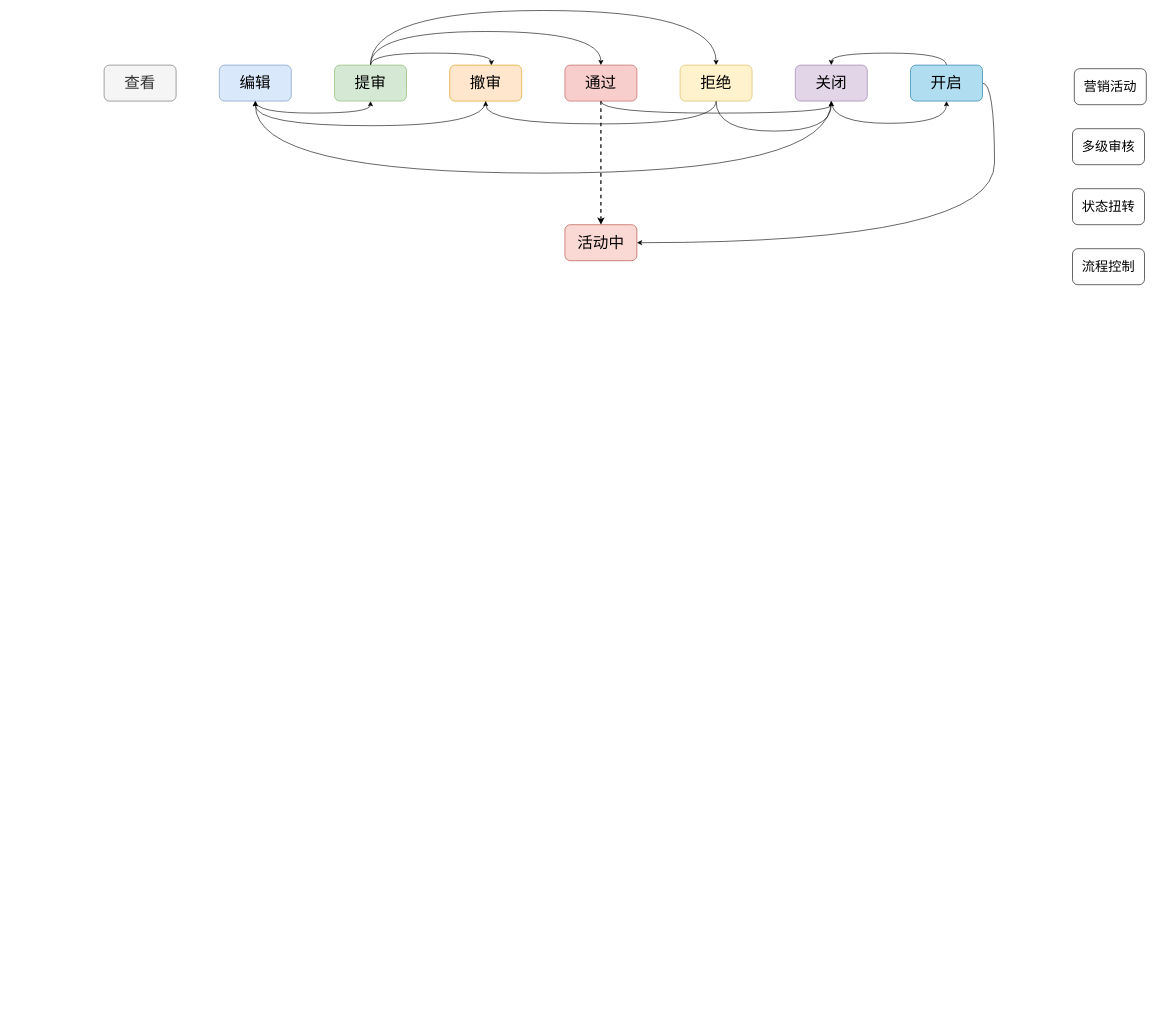
Before: activity.drawio in Doing-code/diagrams, a draw.io diagram. Source tidied: cells renumbered, new cells numbered last; positions are measured from the earlier drawing's top-left corner, leaving out a move shared by most shapes. Both pictures are drawn from the tidied source at 60%, with x=0, y=0 at pixel (104, 10).
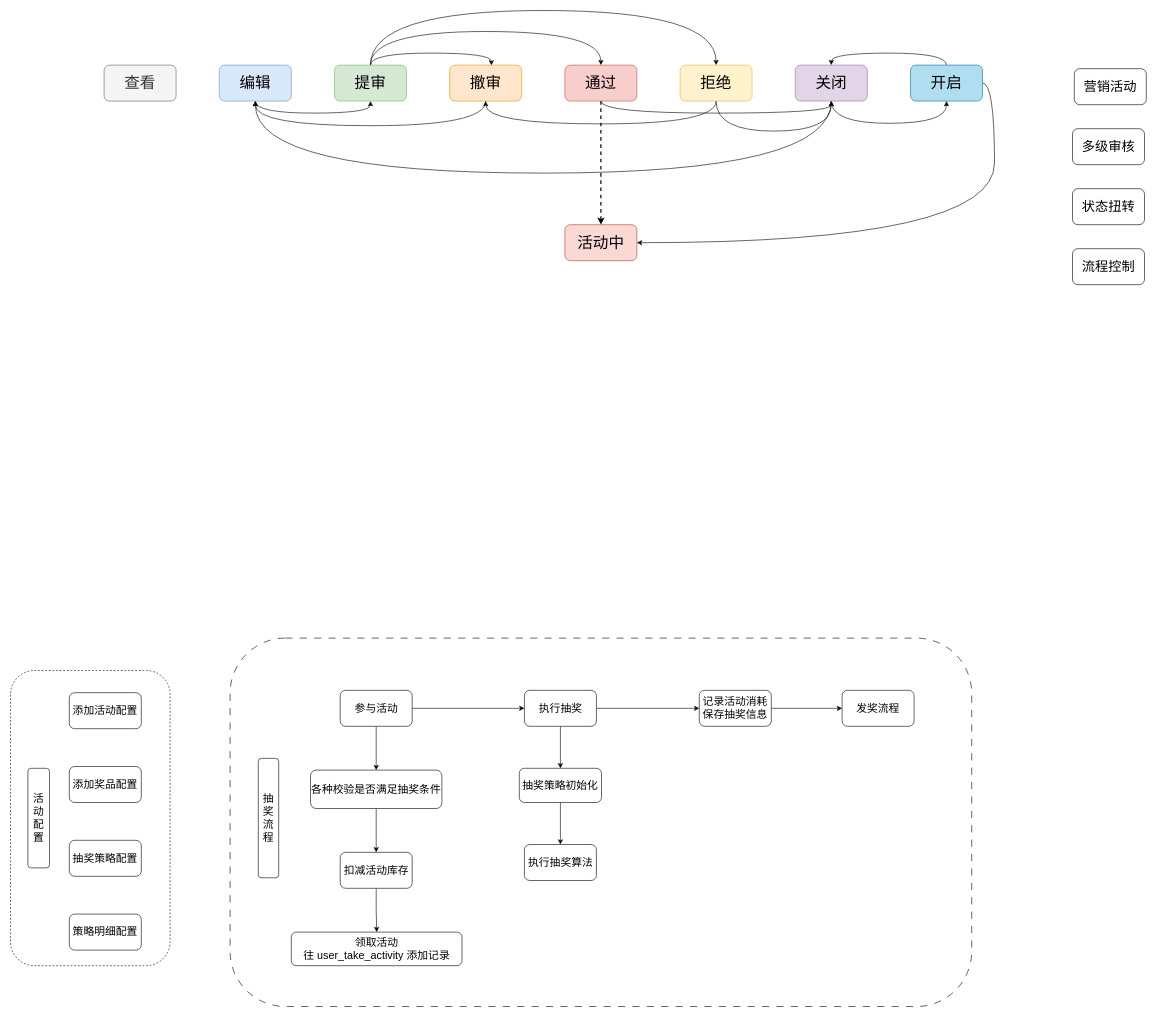
The same page after the edit.

Change to the diagram source:
```diff
@@
+    <mxCell id="28" style="rounded=1;whiteSpace=wrap;html=1;dashed=1;dashPattern=12 12;" parent="1" vertex="1">
+      <mxGeometry x="210" y="1046" width="1236" height="614" as="geometry" />
+    </mxCell>
+    <mxCell id="29" style="rounded=1;whiteSpace=wrap;html=1;dashed=1;" parent="1" vertex="1">
+      <mxGeometry x="-156" y="1100" width="266" height="492" as="geometry" />
+    </mxCell>
@@
+    <mxCell id="30" value="添加奖品配置" style="rounded=1;whiteSpace=wrap;html=1;fontSize=18;" parent="1" vertex="1">
+      <mxGeometry x="-58" y="1260" width="120" height="60" as="geometry" />
+    </mxCell>
+    <mxCell id="31" value="添加活动配置" style="rounded=1;whiteSpace=wrap;html=1;fontSize=18;" parent="1" vertex="1">
+      <mxGeometry x="-58" y="1137" width="120" height="60" as="geometry" />
+    </mxCell>
+    <mxCell id="32" value="抽奖策略配置" style="rounded=1;whiteSpace=wrap;html=1;fontSize=18;" parent="1" vertex="1">
+      <mxGeometry x="-58" y="1383" width="120" height="60" as="geometry" />
+    </mxCell>
+    <mxCell id="33" value="策略明细配置" style="rounded=1;whiteSpace=wrap;html=1;fontSize=18;" parent="1" vertex="1">
+      <mxGeometry x="-58" y="1506" width="120" height="60" as="geometry" />
+    </mxCell>
+    <mxCell id="34" style="edgeStyle=orthogonalEdgeStyle;rounded=0;jettySize=auto;html=1;" parent="1" edge="1" source="36" target="38">
+      <mxGeometry relative="1" as="geometry" />
+    </mxCell>
+    <mxCell id="35" style="edgeStyle=orthogonalEdgeStyle;rounded=0;jettySize=auto;html=1;" parent="1" edge="1" source="36" target="44">
+      <mxGeometry relative="1" as="geometry" />
+    </mxCell>
+    <mxCell id="36" value="参与活动" style="rounded=1;whiteSpace=wrap;html=1;fontSize=18;" parent="1" vertex="1">
+      <mxGeometry x="393.5" y="1133" width="120" height="60" as="geometry" />
+    </mxCell>
+    <mxCell id="37" style="edgeStyle=orthogonalEdgeStyle;rounded=0;jettySize=auto;html=1;" parent="1" edge="1" source="38" target="41">
+      <mxGeometry relative="1" as="geometry" />
+    </mxCell>
+    <mxCell id="38" value="各种校验是否满足抽奖条件" style="rounded=1;whiteSpace=wrap;html=1;fontSize=18;" parent="1" vertex="1">
+      <mxGeometry x="344" y="1266" width="219" height="64" as="geometry" />
+    </mxCell>
+    <mxCell id="39" value="领取活动&lt;br&gt;往 user_take_activity 添加记录" style="rounded=1;whiteSpace=wrap;html=1;fontSize=18;" parent="1" vertex="1">
+      <mxGeometry x="312" y="1536" width="284.5" height="56" as="geometry" />
+    </mxCell>
+    <mxCell id="40" style="edgeStyle=orthogonalEdgeStyle;rounded=0;jettySize=auto;html=1;" parent="1" edge="1" source="41" target="39">
+      <mxGeometry relative="1" as="geometry" />
+    </mxCell>
+    <mxCell id="41" value="扣减活动库存" style="rounded=1;whiteSpace=wrap;html=1;fontSize=18;" parent="1" vertex="1">
+      <mxGeometry x="393.5" y="1403" width="120" height="60" as="geometry" />
+    </mxCell>
+    <mxCell id="42" style="edgeStyle=orthogonalEdgeStyle;rounded=0;jettySize=auto;html=1;" parent="1" edge="1" source="44" target="49">
+      <mxGeometry relative="1" as="geometry" />
+    </mxCell>
+    <mxCell id="43" style="edgeStyle=orthogonalEdgeStyle;rounded=0;jettySize=auto;html=1;" parent="1" edge="1" source="44" target="46">
+      <mxGeometry relative="1" as="geometry" />
+    </mxCell>
+    <mxCell id="44" value="执行抽奖" style="rounded=1;whiteSpace=wrap;html=1;fontSize=18;" parent="1" vertex="1">
+      <mxGeometry x="700.5" y="1133" width="120" height="60" as="geometry" />
+    </mxCell>
+    <mxCell id="45" style="edgeStyle=orthogonalEdgeStyle;rounded=0;jettySize=auto;html=1;" parent="1" edge="1" source="46" target="47">
+      <mxGeometry relative="1" as="geometry" />
+    </mxCell>
+    <mxCell id="46" value="抽奖策略初始化" style="rounded=1;whiteSpace=wrap;html=1;fontSize=18;" parent="1" vertex="1">
+      <mxGeometry x="692" y="1263" width="137" height="57" as="geometry" />
+    </mxCell>
+    <mxCell id="47" value="执行抽奖算法" style="rounded=1;whiteSpace=wrap;html=1;fontSize=18;" parent="1" vertex="1">
+      <mxGeometry x="700.5" y="1390" width="120" height="60" as="geometry" />
+    </mxCell>
+    <mxCell id="48" style="edgeStyle=orthogonalEdgeStyle;rounded=0;jettySize=auto;html=1;" parent="1" edge="1" source="49" target="50">
+      <mxGeometry relative="1" as="geometry" />
+    </mxCell>
+    <mxCell id="49" value="记录活动消耗&lt;br style=&quot;font-size: 18px;&quot;&gt;保存抽奖信息" style="rounded=1;whiteSpace=wrap;html=1;fontSize=18;" parent="1" vertex="1">
+      <mxGeometry x="992" y="1133" width="120" height="60" as="geometry" />
+    </mxCell>
+    <mxCell id="50" value="发奖流程" style="rounded=1;whiteSpace=wrap;html=1;fontSize=18;" parent="1" vertex="1">
+      <mxGeometry x="1230" y="1133" width="120" height="60" as="geometry" />
+    </mxCell>
+    <mxCell id="51" value="活动配置" style="rounded=1;whiteSpace=wrap;html=1;fontSize=18;" parent="1" vertex="1">
+      <mxGeometry x="-127" y="1263" width="36" height="166" as="geometry" />
+    </mxCell>
+    <mxCell id="52" value="&lt;font style=&quot;font-size: 18px;&quot;&gt;抽奖流程&lt;/font&gt;" style="rounded=1;whiteSpace=wrap;html=1;" parent="1" vertex="1">
+      <mxGeometry x="257" y="1246.5" width="34" height="199" as="geometry" />
+    </mxCell>
```
